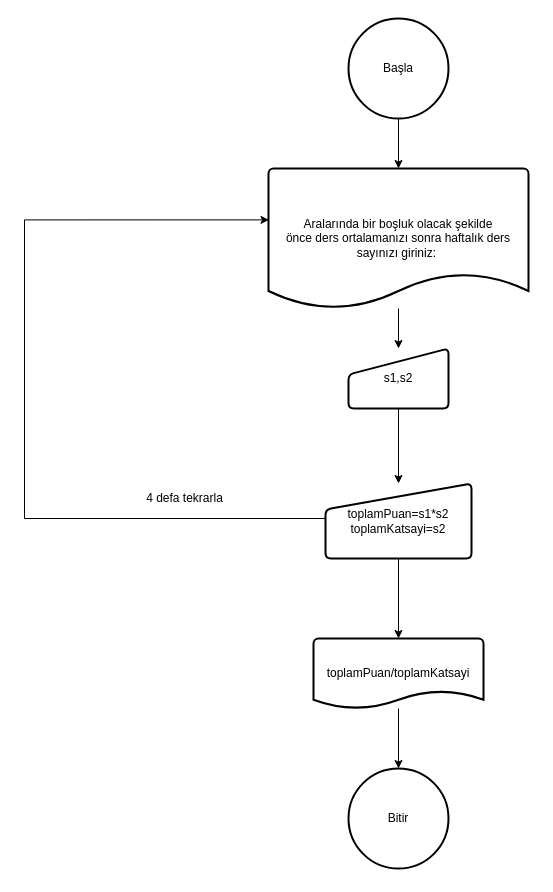
Earlier version of the draw.io diagram ortalamaHesaplamaAkısSemasi.drawio (KaanKarabacak-01/APCS_2024-02). Source tidied: cells renumbered, new cells numbered last; positions are measured from the earlier drawing's top-left corner, leaving out a move shared by most shapes. Both pictures are drawn from the tidied source at 100%, with x=0, y=0 at pixel (24, 18).
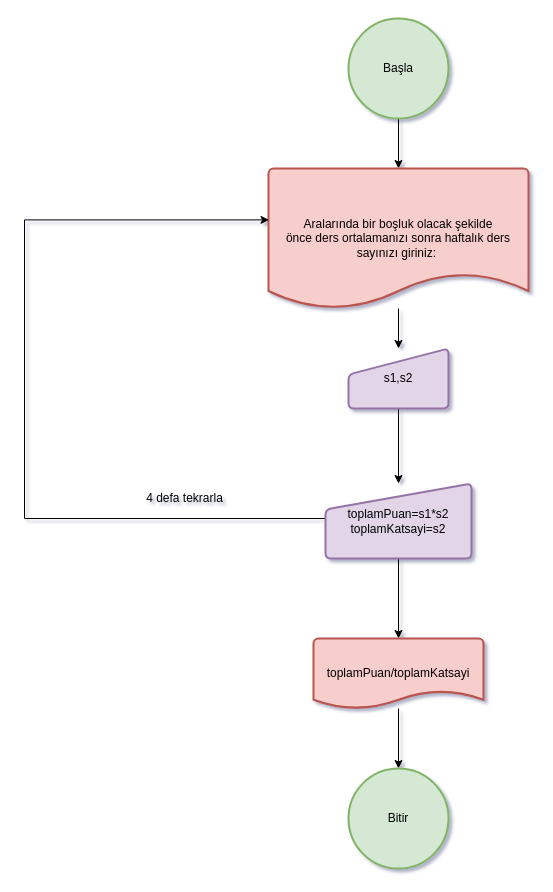
Above is the later version.

What changed in the source:
```diff
@@
-<mxGraphModel>
+<mxGraphModel shadow="1">
   <root>
     <mxCell id="0" />
     <mxCell id="1" parent="0" />
     <mxCell id="2" style="edgeStyle=orthogonalEdgeStyle;rounded=0;jettySize=auto;html=1;" parent="1" edge="1" source="3" target="5">
       <mxGeometry relative="1" as="geometry" />
     </mxCell>
-    <mxCell id="3" value="Başla" style="strokeWidth=2;html=1;shape=mxgraph.flowchart.start_2;whiteSpace=wrap;" parent="1" vertex="1">
+    <mxCell id="3" value="Başla" style="strokeWidth=2;html=1;shape=mxgraph.flowchart.start_2;whiteSpace=wrap;fillColor=#d5e8d4;strokeColor=#82b366;" parent="1" vertex="1">
       <mxGeometry x="324" width="100" height="100" as="geometry" />
     </mxCell>
     <mxCell id="4" style="edgeStyle=orthogonalEdgeStyle;rounded=0;jettySize=auto;html=1;" parent="1" edge="1" source="5" target="7">
       <mxGeometry relative="1" as="geometry" />
     </mxCell>
-    <mxCell id="5" value="&lt;div&gt;Aralarında bir boşluk olacak şekilde&lt;/div&gt;&lt;div&gt;önce ders ortalamanızı sonra haftalık ders sayınızı giriniz:&amp;nbsp;&lt;/div&gt;" style="strokeWidth=2;html=1;shape=mxgraph.flowchart.document2;whiteSpace=wrap;size=0.25;" parent="1" vertex="1">
+    <mxCell id="5" value="&lt;div&gt;Aralarında bir boşluk olacak şekilde&lt;/div&gt;&lt;div&gt;önce ders ortalamanızı sonra haftalık ders sayınızı giriniz:&amp;nbsp;&lt;/div&gt;" style="strokeWidth=2;html=1;shape=mxgraph.flowchart.document2;whiteSpace=wrap;size=0.25;fillColor=#f8cecc;strokeColor=#b85450;" parent="1" vertex="1">
       <mxGeometry x="244" y="150" width="260" height="140" as="geometry" />
     </mxCell>
     <mxCell id="6" style="edgeStyle=orthogonalEdgeStyle;rounded=0;jettySize=auto;html=1;" parent="1" edge="1" source="7" target="10">
       <mxGeometry relative="1" as="geometry" />
     </mxCell>
-    <mxCell id="7" value="s1,s2" style="html=1;strokeWidth=2;shape=manualInput;whiteSpace=wrap;rounded=1;size=26;arcSize=11;" parent="1" vertex="1">
+    <mxCell id="7" value="s1,s2" style="html=1;strokeWidth=2;shape=manualInput;whiteSpace=wrap;rounded=1;size=26;arcSize=11;fillColor=#e1d5e7;strokeColor=#9673a6;" parent="1" vertex="1">
       <mxGeometry x="324" y="330" width="100" height="60" as="geometry" />
     </mxCell>
     <mxCell id="8" style="rounded=0;jettySize=auto;html=1;edgeStyle=orthogonalEdgeStyle;entryX=0.002;entryY=0.367;entryDx=0;entryDy=0;entryPerimeter=0;exitX=0;exitY=0.5;exitDx=0;exitDy=0;" parent="1" edge="1" source="10" target="5">
       <mxGeometry relative="1" as="geometry">
         <Array as="points">
           <mxPoint x="301" y="500" />
           <mxPoint y="500" />
           <mxPoint y="201" />
         </Array>
       </mxGeometry>
     </mxCell>
     <mxCell id="9" style="edgeStyle=orthogonalEdgeStyle;rounded=0;jettySize=auto;html=1;" parent="1" edge="1" source="10" target="13">
       <mxGeometry relative="1" as="geometry" />
     </mxCell>
-    <mxCell id="10" value="toplamPuan=s1*s2&lt;div&gt;toplamKatsayi=s2&lt;/div&gt;" style="html=1;strokeWidth=2;shape=manualInput;whiteSpace=wrap;rounded=1;size=26;arcSize=11;" parent="1" vertex="1">
+    <mxCell id="10" value="toplamPuan=s1*s2&lt;div&gt;toplamKatsayi=s2&lt;/div&gt;" style="html=1;strokeWidth=2;shape=manualInput;whiteSpace=wrap;rounded=1;size=26;arcSize=11;fillColor=#e1d5e7;strokeColor=#9673a6;" parent="1" vertex="1">
       <mxGeometry x="301" y="465" width="146" height="75" as="geometry" />
     </mxCell>
     <mxCell id="11" value="4 defa tekrarla" style="text;html=1;align=center;verticalAlign=middle;strokeColor=none;fillColor=none;" parent="1" vertex="1">
       <mxGeometry x="110" y="465" width="100" height="30" as="geometry" />
     </mxCell>
     <mxCell id="12" style="edgeStyle=orthogonalEdgeStyle;rounded=0;jettySize=auto;html=1;" parent="1" edge="1" source="13" target="14">
       <mxGeometry relative="1" as="geometry" />
     </mxCell>
-    <mxCell id="13" value="toplamPuan/toplamKatsayi" style="strokeWidth=2;html=1;shape=mxgraph.flowchart.document2;whiteSpace=wrap;size=0.25;" parent="1" vertex="1">
+    <mxCell id="13" value="toplamPuan/toplamKatsayi" style="strokeWidth=2;html=1;shape=mxgraph.flowchart.document2;whiteSpace=wrap;size=0.25;fillColor=#f8cecc;strokeColor=#b85450;" parent="1" vertex="1">
       <mxGeometry x="289" y="620" width="170" height="70" as="geometry" />
     </mxCell>
-    <mxCell id="14" value="Bitir" style="strokeWidth=2;html=1;shape=mxgraph.flowchart.start_2;whiteSpace=wrap;" parent="1" vertex="1">
+    <mxCell id="14" value="Bitir" style="strokeWidth=2;html=1;shape=mxgraph.flowchart.start_2;whiteSpace=wrap;fillColor=#d5e8d4;strokeColor=#82b366;" parent="1" vertex="1">
       <mxGeometry x="324" y="750" width="100" height="100" as="geometry" />
     </mxCell>
   </root>
 </mxGraphModel>
```
